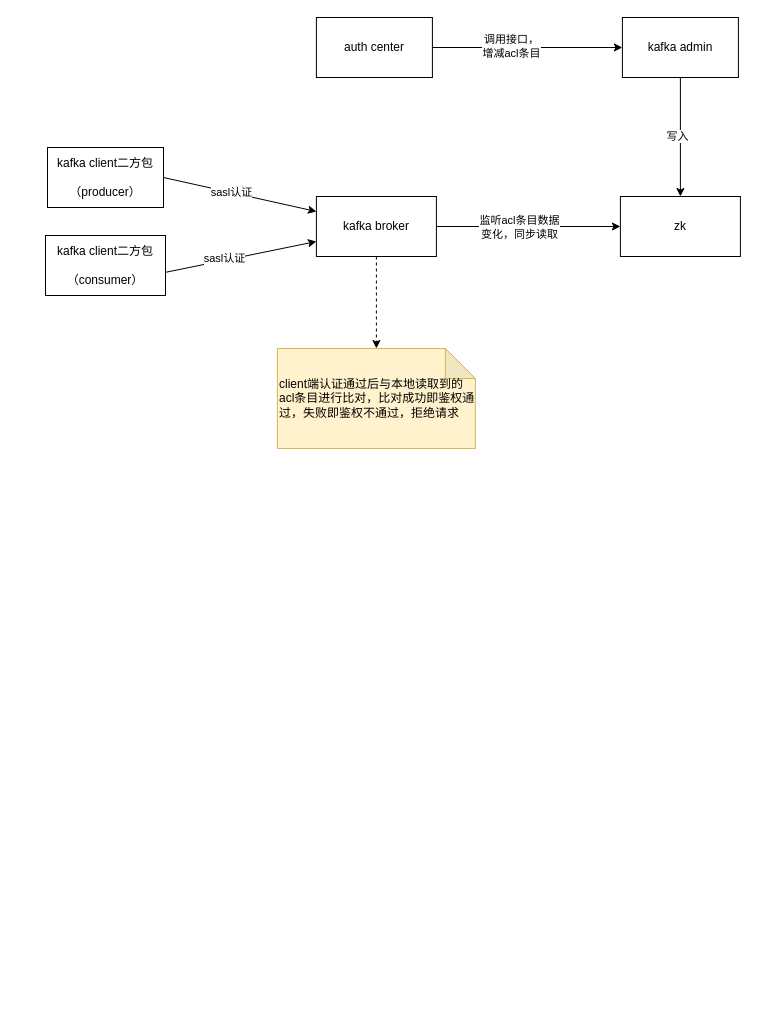
The draw.io diagram kafka接入鉴权中心.drawio in gitcodeporter/draw-uml, before the edit. Source tidied: cells renumbered, new cells numbered last; positions are measured from the earlier drawing's top-left corner, leaving out a move shared by most shapes. Both pictures are drawn from the tidied source at 100%, with x=0, y=0 at pixel (45, 17).
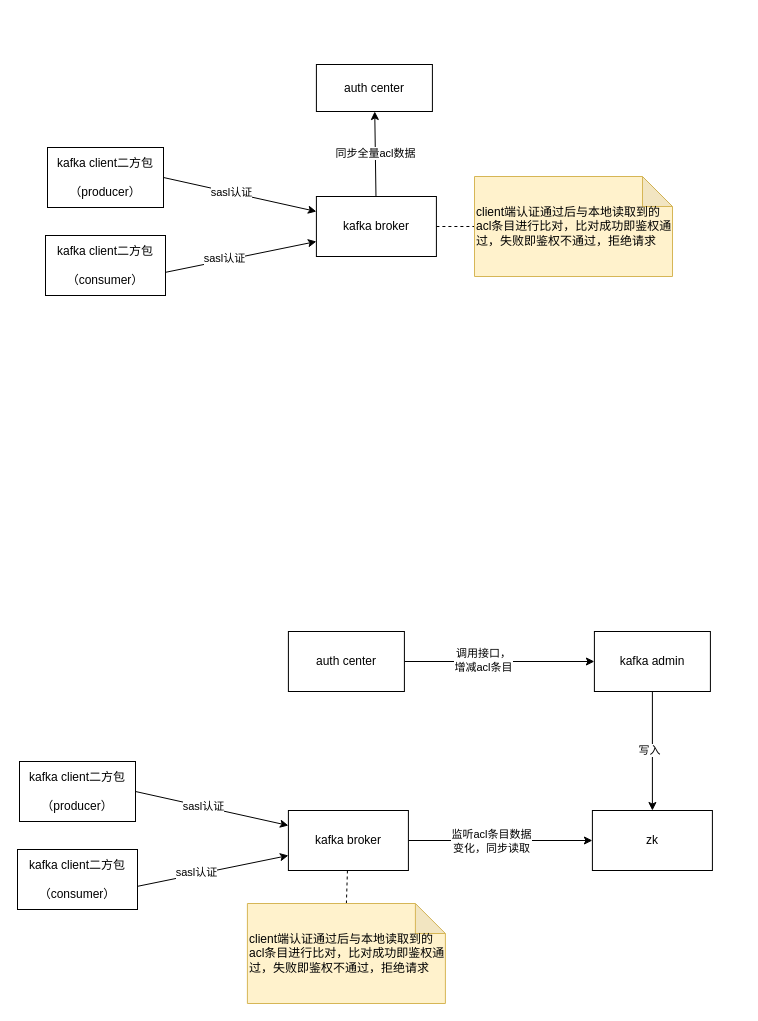
After the change.

Commit message (it also covers changes not shown here):
更新kafka接入鉴权中心.drawio

The change refers to these unchanged cells:
```xml
<mxCell id="5" value="kafka broker" style="rounded=0;whiteSpace=wrap;html=1;" parent="1" vertex="1">
  <mxGeometry x="270.9" y="179" width="120" height="60" as="geometry" />
</mxCell>
```

What changed in the source:
```diff
@@
-    <mxCell id="2" style="edgeStyle=none;rounded=0;jettySize=auto;html=1;" parent="1" edge="1" source="5" target="12">
-      <mxGeometry relative="1" as="geometry" />
-    </mxCell>
-    <mxCell id="3" value="监听acl条目数据&lt;br&gt;变化，同步读取" style="edgeLabel;html=1;align=center;verticalAlign=middle;" parent="2" vertex="1">
-      <mxGeometry x="-0.28" y="1" relative="1" as="geometry">
-        <mxPoint x="17" y="1" as="offset" />
-      </mxGeometry>
-    </mxCell>
+    <mxCell id="20" value="同步全量acl数据" style="edgeStyle=none;rounded=0;jettySize=auto;html=1;" parent="1" edge="1" source="5" target="15">
+      <mxGeometry relative="1" as="geometry" />
+    </mxCell>
-    <mxCell id="4" style="edgeStyle=none;rounded=0;jettySize=auto;html=1;entryX=0.5;entryY=0;entryDx=0;entryDy=0;entryPerimeter=0;dashed=1;" parent="1" edge="1" source="5" target="19">
+    <mxCell id="4" style="edgeStyle=none;rounded=0;jettySize=auto;html=1;entryX=0;entryY=0.5;entryDx=0;entryDy=0;entryPerimeter=0;dashed=1;endArrow=none;endFill=0;" parent="1" edge="1" source="5" target="19">
       <mxGeometry relative="1" as="geometry" />
     </mxCell>
@@
+    <mxCell id="15" value="auth center" style="rounded=0;whiteSpace=wrap;html=1;" parent="1" vertex="1">
+      <mxGeometry x="270.9" y="47" width="116" height="47" as="geometry" />
+    </mxCell>
+    <mxCell id="19" value="client端认证通过后与本地读取到的acl条目进行比对，比对成功即鉴权通过，失败即鉴权不通过，拒绝请求" style="shape=note;whiteSpace=wrap;html=1;backgroundOutline=1;darkOpacity=0.05;fillColor=#fff2cc;strokeColor=#d6b656;align=left;" parent="1" vertex="1">
+      <mxGeometry x="429" y="159" width="198" height="100" as="geometry" />
+    </mxCell>
+    <mxCell id="21" style="edgeStyle=none;rounded=0;jettySize=auto;html=1;" parent="1" edge="1" source="23" target="12">
+      <mxGeometry relative="1" as="geometry" />
+    </mxCell>
+    <mxCell id="3" value="监听acl条目数据&lt;br&gt;变化，同步读取" style="edgeLabel;html=1;align=center;verticalAlign=middle;" parent="21" vertex="1">
+      <mxGeometry x="-0.28" y="1" relative="1" as="geometry">
+        <mxPoint x="17" y="1" as="offset" />
+      </mxGeometry>
+    </mxCell>
+    <mxCell id="22" style="edgeStyle=none;rounded=0;jettySize=auto;html=1;entryX=0.5;entryY=0;entryDx=0;entryDy=0;entryPerimeter=0;dashed=1;endArrow=none;endFill=0;" parent="1" edge="1" source="23" target="32">
+      <mxGeometry relative="1" as="geometry" />
+    </mxCell>
+    <mxCell id="23" value="kafka broker" style="rounded=0;whiteSpace=wrap;html=1;" parent="1" vertex="1">
+      <mxGeometry x="242.9" y="793" width="120" height="60" as="geometry" />
+    </mxCell>
+    <mxCell id="24" style="edgeStyle=none;rounded=0;jettySize=auto;html=1;entryX=0;entryY=0.25;entryDx=0;entryDy=0;exitX=1;exitY=0.5;exitDx=0;exitDy=0;" parent="1" edge="1" source="26" target="23">
+      <mxGeometry relative="1" as="geometry" />
+    </mxCell>
+    <mxCell id="25" value="sasl认证" style="edgeLabel;html=1;align=center;verticalAlign=middle;" parent="24" vertex="1">
+      <mxGeometry x="-0.12" y="1" relative="1" as="geometry" />
+    </mxCell>
+    <mxCell id="26" value="kafka client二方包&lt;br&gt;&lt;br&gt;（producer）" style="rounded=0;whiteSpace=wrap;html=1;" parent="1" vertex="1">
+      <mxGeometry x="-26" y="744" width="116" height="60" as="geometry" />
+    </mxCell>
+    <mxCell id="27" style="edgeStyle=none;rounded=0;jettySize=auto;html=1;entryX=0;entryY=0.75;entryDx=0;entryDy=0;exitX=0.992;exitY=0.617;exitDx=0;exitDy=0;exitPerimeter=0;" parent="1" edge="1" source="29" target="23">
+      <mxGeometry relative="1" as="geometry" />
+    </mxCell>
+    <mxCell id="28" value="sasl认证" style="edgeLabel;html=1;align=center;verticalAlign=middle;" parent="27" vertex="1">
+      <mxGeometry x="-0.21" y="2" relative="1" as="geometry" />
+    </mxCell>
+    <mxCell id="29" value="kafka client二方包&lt;br&gt;&lt;br&gt;（consumer）" style="rounded=0;whiteSpace=wrap;html=1;" parent="1" vertex="1">
+      <mxGeometry x="-28" y="832" width="120" height="60" as="geometry" />
+    </mxCell>
     <mxCell id="12" value="zk" style="rounded=0;whiteSpace=wrap;html=1;" parent="1" vertex="1">
-      <mxGeometry x="574.9" y="179" width="120" height="60" as="geometry" />
+      <mxGeometry x="546.9" y="793" width="120" height="60" as="geometry" />
     </mxCell>
-    <mxCell id="13" style="edgeStyle=none;rounded=0;jettySize=auto;html=1;entryX=0;entryY=0.5;entryDx=0;entryDy=0;" parent="1" edge="1" source="15" target="18">
-      <mxGeometry relative="1" as="geometry" />
-    </mxCell>
+    <mxCell id="30" style="edgeStyle=none;rounded=0;jettySize=auto;html=1;entryX=0;entryY=0.5;entryDx=0;entryDy=0;" parent="1" edge="1" source="31" target="18">
+      <mxGeometry relative="1" as="geometry" />
+    </mxCell>
-    <mxCell id="14" value="调用接口，&lt;br&gt;增减acl条目" style="edgeLabel;html=1;align=center;verticalAlign=middle;" parent="13" vertex="1">
+    <mxCell id="14" value="调用接口，&lt;br&gt;增减acl条目" style="edgeLabel;html=1;align=center;verticalAlign=middle;" parent="30" vertex="1">
       <mxGeometry x="-0.17" y="2" relative="1" as="geometry" />
     </mxCell>
-    <mxCell id="15" value="auth center" style="rounded=0;whiteSpace=wrap;html=1;" parent="1" vertex="1">
-      <mxGeometry x="270.9" width="116" height="60" as="geometry" />
-    </mxCell>
+    <mxCell id="31" value="auth center" style="rounded=0;whiteSpace=wrap;html=1;" parent="1" vertex="1">
+      <mxGeometry x="242.9" y="614" width="116" height="60" as="geometry" />
+    </mxCell>
@@
     <mxCell id="18" value="kafka admin" style="rounded=0;whiteSpace=wrap;html=1;" parent="1" vertex="1">
-      <mxGeometry x="576.9" width="116" height="60" as="geometry" />
+      <mxGeometry x="548.9" y="614" width="116" height="60" as="geometry" />
     </mxCell>
-    <mxCell id="19" value="client端认证通过后与本地读取到的acl条目进行比对，比对成功即鉴权通过，失败即鉴权不通过，拒绝请求" style="shape=note;whiteSpace=wrap;html=1;backgroundOutline=1;darkOpacity=0.05;fillColor=#fff2cc;strokeColor=#d6b656;align=left;" parent="1" vertex="1">
-      <mxGeometry x="231.9" y="331" width="198" height="100" as="geometry" />
-    </mxCell>
+    <mxCell id="32" value="client端认证通过后与本地读取到的acl条目进行比对，比对成功即鉴权通过，失败即鉴权不通过，拒绝请求" style="shape=note;whiteSpace=wrap;html=1;backgroundOutline=1;darkOpacity=0.05;fillColor=#fff2cc;strokeColor=#d6b656;align=left;" parent="1" vertex="1">
+      <mxGeometry x="201.9" y="886" width="198" height="100" as="geometry" />
+    </mxCell>
```
